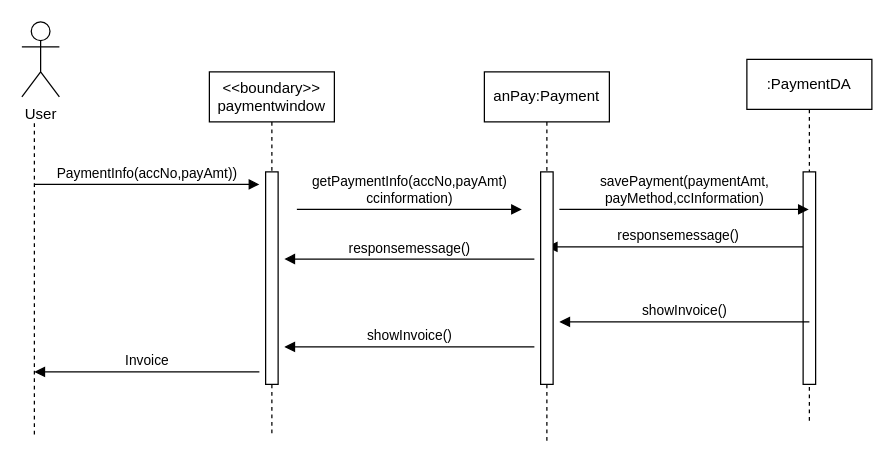
Above: seqassignemnt.drawio in LordDdanielHan/test (draw.io), before the change. Source tidied: cells renumbered, new cells numbered last; positions are measured from the earlier drawing's top-left corner, leaving out a move shared by most shapes. Both pictures are drawn from the tidied source at 125%, with x=0, y=0 at pixel (21, 21).
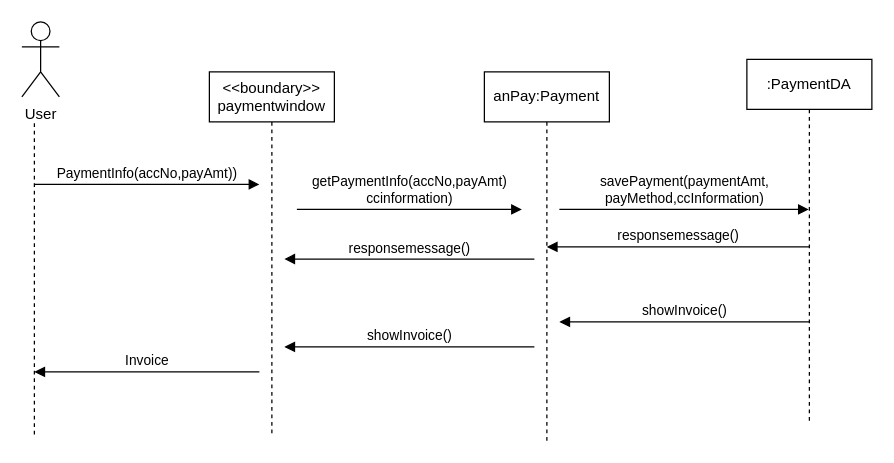
The same page after the edit.

Unchanged cells that the change refers to:
```xml
<mxCell id="2" value="&amp;lt;&amp;lt;boundary&amp;gt;&amp;gt;&lt;br&gt;paymentwindow" style="shape=umlLifeline;perimeter=lifelinePerimeter;whiteSpace=wrap;html=1;newEdgeStyle={&quot;edgeStyle&quot;:&quot;elbowEdgeStyle&quot;,&quot;elbow&quot;:&quot;vertical&quot;,&quot;curved&quot;:0,&quot;rounded&quot;:0};" parent="1" vertex="1">
  <mxGeometry x="150" y="40" width="100" height="290" as="geometry" />
</mxCell>
<mxCell id="6" value="anPay:Payment" style="shape=umlLifeline;perimeter=lifelinePerimeter;whiteSpace=wrap;html=1;newEdgeStyle={&quot;edgeStyle&quot;:&quot;elbowEdgeStyle&quot;,&quot;elbow&quot;:&quot;vertical&quot;,&quot;curved&quot;:0,&quot;rounded&quot;:0};" parent="1" vertex="1">
  <mxGeometry x="370" y="40" width="100" height="295" as="geometry" />
</mxCell>
<mxCell id="9" value=":PaymentDA" style="shape=umlLifeline;perimeter=lifelinePerimeter;whiteSpace=wrap;html=1;outlineConnect=0;portConstraint=eastwest;newEdgeStyle={&quot;edgeStyle&quot;:&quot;elbowEdgeStyle&quot;,&quot;elbow&quot;:&quot;vertical&quot;,&quot;curved&quot;:0,&quot;rounded&quot;:0};" parent="1" vertex="1">
  <mxGeometry x="580" y="30" width="100" height="290" as="geometry" />
</mxCell>
```

Diff of the diagram source:
```diff
@@
-    <mxCell id="3" style="html=1;perimeter=orthogonalPerimeter;targetShapes=umlLifeline;newEdgeStyle={&quot;edgeStyle&quot;:&quot;elbowEdgeStyle&quot;,&quot;elbow&quot;:&quot;vertical&quot;,&quot;curved&quot;:0,&quot;rounded&quot;:0};" parent="2" vertex="1">
-      <mxGeometry x="45" y="80" width="10" height="170" as="geometry" />
-    </mxCell>
@@
-    <mxCell id="7" style="html=1;perimeter=orthogonalPerimeter;targetShapes=umlLifeline;newEdgeStyle={&quot;edgeStyle&quot;:&quot;elbowEdgeStyle&quot;,&quot;elbow&quot;:&quot;vertical&quot;,&quot;curved&quot;:0,&quot;rounded&quot;:0};" parent="6" vertex="1">
-      <mxGeometry x="45" y="80" width="10" height="170" as="geometry" />
-    </mxCell>
@@
-    <mxCell id="10" style="html=1;perimeter=orthogonalPerimeter;targetShapes=umlLifeline;newEdgeStyle={&quot;edgeStyle&quot;:&quot;elbowEdgeStyle&quot;,&quot;elbow&quot;:&quot;vertical&quot;,&quot;curved&quot;:0,&quot;rounded&quot;:0};" parent="9" vertex="1">
-      <mxGeometry x="45" y="90" width="10" height="170" as="geometry" />
-    </mxCell>
```
